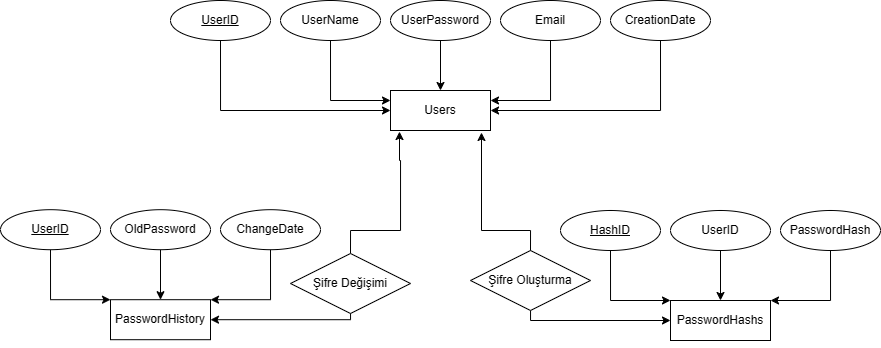
Earlier version of the draw.io export BIL106.1 Veri Tabanı ve SQL Dilleri/PasswordDB_ConceptualModel.png (Dot0exe/University). Source tidied: cells renumbered, new cells last; positions are measured from the earlier drawing's top-left corner, leaving out a move shared by most shapes.
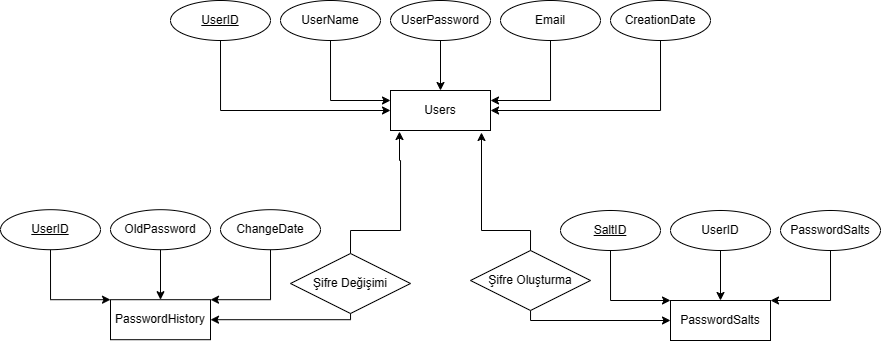
Above is the later version.

What changed in the source:
```diff
@@ -2,7 +2,7 @@
   <root>
     <mxCell id="0" />
     <mxCell id="1" parent="0" />
-    <mxCell id="2" value="PasswordHashs" style="whiteSpace=wrap;html=1;align=center;" parent="1" vertex="1">
+    <mxCell id="2" value="PasswordSalts" style="whiteSpace=wrap;html=1;align=center;" parent="1" vertex="1">
       <mxGeometry x="670" y="300" width="100" height="40" as="geometry" />
     </mxCell>
     <mxCell id="3" value="PasswordHistory" style="whiteSpace=wrap;html=1;align=center;" parent="1" vertex="1">
@@ -87,7 +87,7 @@
     <mxCell id="23" value="UserID" style="ellipse;whiteSpace=wrap;html=1;align=center;" parent="1" vertex="1">
       <mxGeometry x="670" y="210" width="100" height="40" as="geometry" />
     </mxCell>
-    <mxCell id="24" value="HashID" style="ellipse;whiteSpace=wrap;html=1;align=center;fontStyle=4;" parent="1" vertex="1">
+    <mxCell id="24" value="SaltID" style="ellipse;whiteSpace=wrap;html=1;align=center;fontStyle=4;" parent="1" vertex="1">
       <mxGeometry x="560" y="210" width="100" height="40" as="geometry" />
     </mxCell>
     <mxCell id="25" style="edgeStyle=orthogonalEdgeStyle;rounded=0;jettySize=auto;html=1;entryX=1;entryY=0;entryDx=0;entryDy=0;exitX=0.5;exitY=1;exitDx=0;exitDy=0;" parent="1" edge="1" source="26" target="2">
@@ -97,7 +97,7 @@
         </Array>
       </mxGeometry>
     </mxCell>
-    <mxCell id="26" value="PasswordHash" style="ellipse;whiteSpace=wrap;html=1;align=center;" parent="1" vertex="1">
+    <mxCell id="26" value="PasswordSalts" style="ellipse;whiteSpace=wrap;html=1;align=center;" parent="1" vertex="1">
       <mxGeometry x="780" y="210" width="100" height="40" as="geometry" />
     </mxCell>
     <mxCell id="27" style="edgeStyle=orthogonalEdgeStyle;rounded=0;jettySize=auto;html=1;entryX=0;entryY=0;entryDx=0;entryDy=0;exitX=0.5;exitY=1;exitDx=0;exitDy=0;" parent="1" edge="1" source="24" target="2">
```
